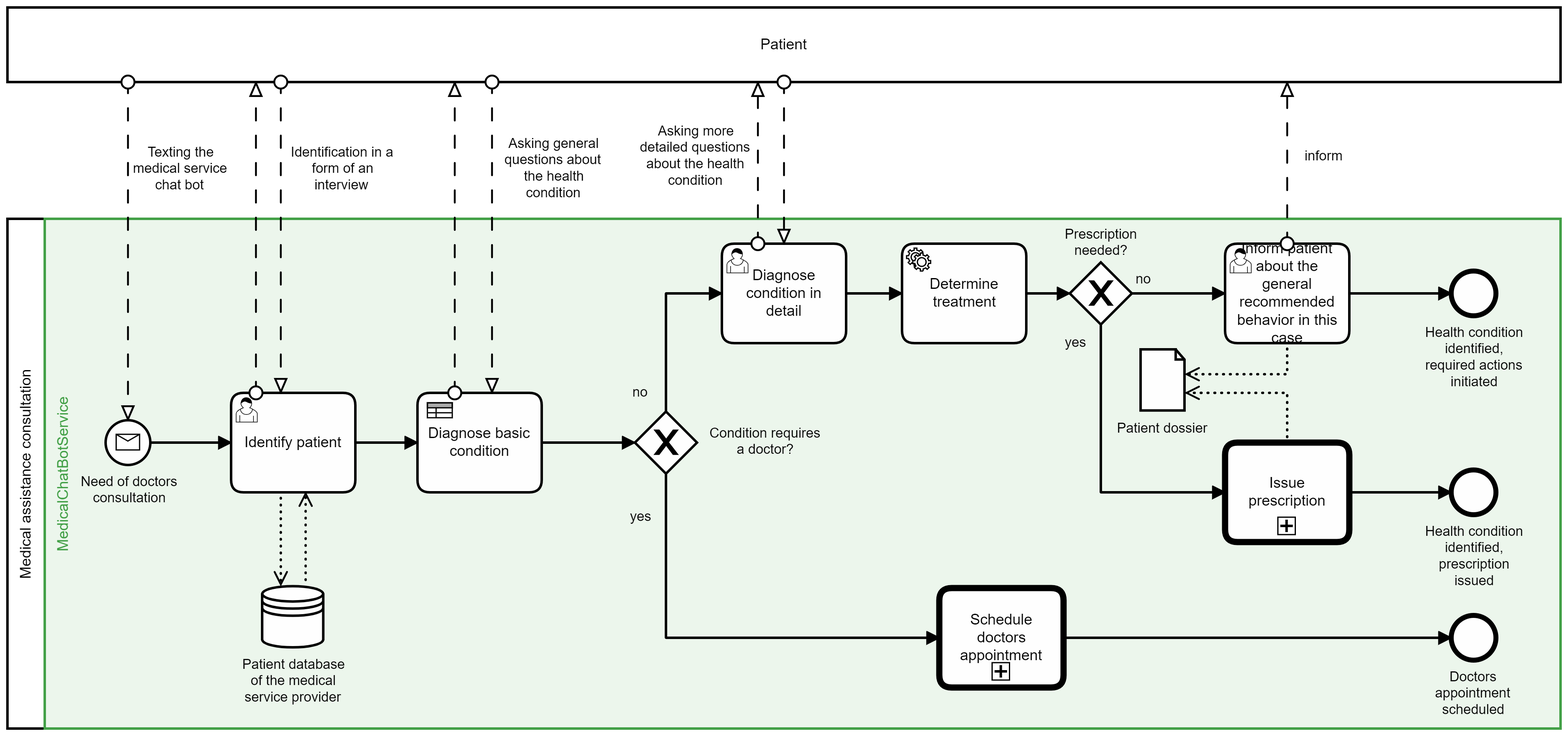
DigiBP/DigiBP_Burrata keeps this BPMN diagram as images/wiki/TO-BE_Process_first_contact.png. Above is the earlier version. Its source is kept beside it as TO-BE Process/TO-BE_Process_first_contact.bpmn. Ids are renumbered.
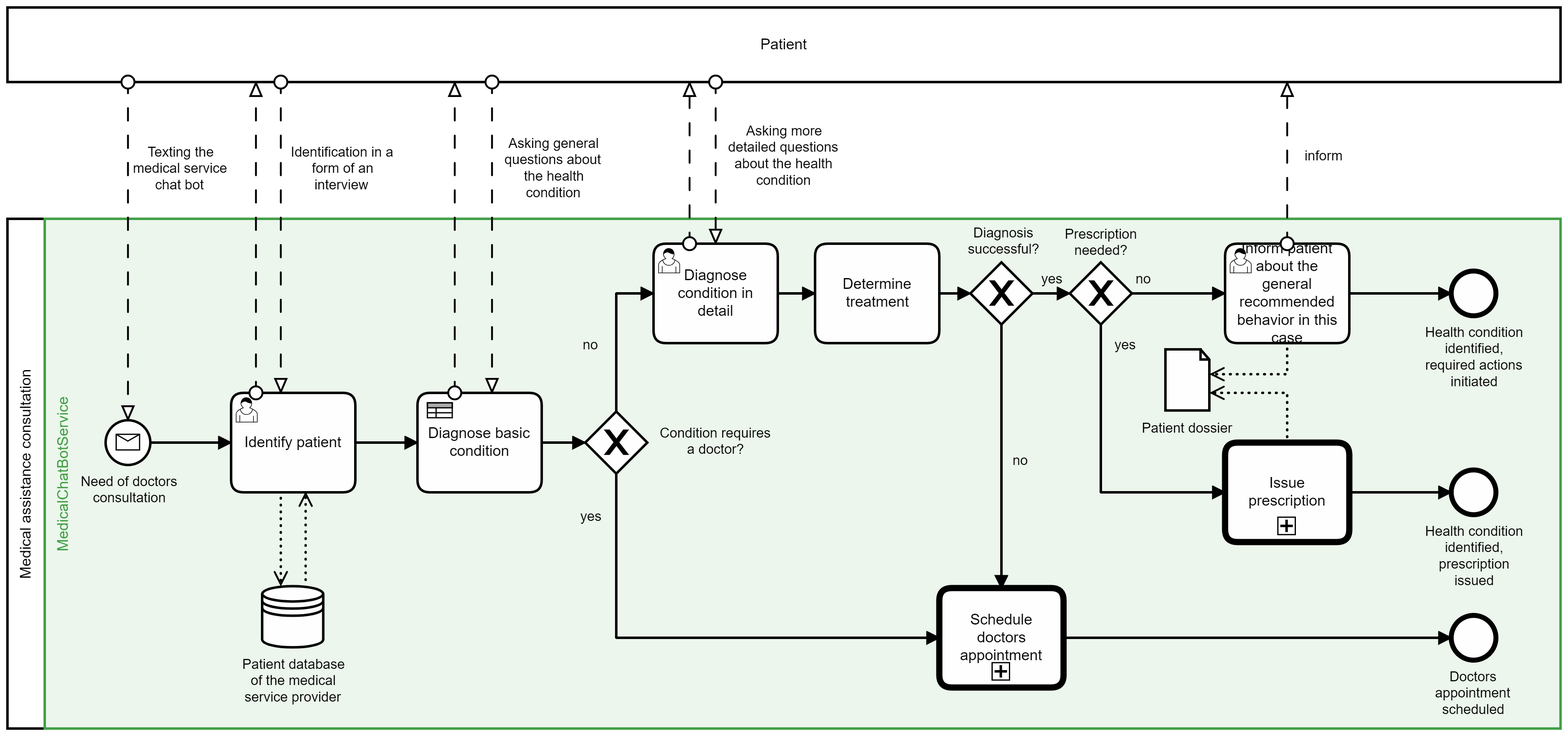
The same file after the commit.

Commit message:
Add route in camunda #21

Diff of the diagram source:
```diff
@@ -19,20 +19,22 @@
         <bpmn:flowNodeRef>EndEvent_n23</bpmn:flowNodeRef>
         <bpmn:flowNodeRef>EndEvent_n24</bpmn:flowNodeRef>
         <bpmn:flowNodeRef>StartEvent_n7</bpmn:flowNodeRef>
-        <bpmn:flowNodeRef>ExclusiveGateway_n25</bpmn:flowNodeRef>
-        <bpmn:flowNodeRef>Task_n17</bpmn:flowNodeRef>
-        <bpmn:flowNodeRef>Task_n12</bpmn:flowNodeRef>
         <bpmn:flowNodeRef>Task_n15</bpmn:flowNodeRef>
         <bpmn:flowNodeRef>Collaboration_n26</bpmn:flowNodeRef>
         <bpmn:flowNodeRef>Task_n27</bpmn:flowNodeRef>
         <bpmn:flowNodeRef>Task_n9</bpmn:flowNodeRef>
+        <bpmn:flowNodeRef>Task_n17</bpmn:flowNodeRef>
+        <bpmn:flowNodeRef>ExclusiveGateway_n25</bpmn:flowNodeRef>
+        <bpmn:flowNodeRef>Task_n12</bpmn:flowNodeRef>
+        <bpmn:flowNodeRef>Task_n49</bpmn:flowNodeRef>
+        <bpmn:flowNodeRef>ExclusiveGateway_n50</bpmn:flowNodeRef>
       </bpmn:lane>
     </bpmn:laneSet>
     <bpmn:sequenceFlow id="SequenceFlow_n28" sourceRef="Task_n9" targetRef="ExclusiveGateway_n25" />
     <bpmn:sequenceFlow id="SequenceFlow_n29" name="no" sourceRef="ExclusiveGateway_n25" targetRef="Task_n12">
       <bpmn:conditionExpression xsi:type="bpmn:tFormalExpression">${consultation == false}</bpmn:conditionExpression>
     </bpmn:sequenceFlow>
-    <bpmn:sequenceFlow id="SequenceFlow_n30" sourceRef="Task_n12" targetRef="ExclusiveGateway_n22" />
+    <bpmn:sequenceFlow id="SequenceFlow_n30" sourceRef="Task_n12" targetRef="Task_n49" />
     <bpmn:sequenceFlow id="SequenceFlow_n31" name="yes" sourceRef="ExclusiveGateway_n22" targetRef="Task_n27">
       <bpmn:conditionExpression xsi:type="bpmn:tFormalExpression">${RecheckedCondition == "major"}</bpmn:conditionExpression>
     </bpmn:sequenceFlow>
@@ -44,7 +46,7 @@
       <bpmn:conditionExpression xsi:type="bpmn:tFormalExpression">${consultation == true}</bpmn:conditionExpression>
     </bpmn:sequenceFlow>
     <bpmn:exclusiveGateway id="ExclusiveGateway_n22" name="Prescription needed?">
-      <bpmn:incoming>SequenceFlow_n30</bpmn:incoming>
+      <bpmn:incoming>SequenceFlow_n51</bpmn:incoming>
       <bpmn:outgoing>SequenceFlow_n31</bpmn:outgoing>
       <bpmn:outgoing>SequenceFlow_n35</bpmn:outgoing>
     </bpmn:exclusiveGateway>
@@ -55,24 +57,40 @@
     <bpmn:endEvent id="EndEvent_n24" name="Health condition identified, prescription issued">
       <bpmn:incoming>SequenceFlow_n33</bpmn:incoming>
     </bpmn:endEvent>
-    <bpmn:dataObjectReference id="DataObjectReference_n37" name="Patient dossier" dataObjectRef="DataObject_n38" />
-    <bpmn:dataObject id="DataObject_n38" />
     <bpmn:startEvent id="StartEvent_n7" name="Need of doctors consultation">
       <bpmn:outgoing>SequenceFlow_n39</bpmn:outgoing>
       <bpmn:messageEventDefinition id="MessageEventDefinition_n40" messageRef="Message_n41" />
     </bpmn:startEvent>
     <bpmn:dataStoreReference id="DataStoreReference_n42" name="Patient database of the medical service provider" />
-    <bpmn:exclusiveGateway id="ExclusiveGateway_n25" name="Condition requires a doctor?">
-      <bpmn:incoming>SequenceFlow_n28</bpmn:incoming>
-      <bpmn:outgoing>SequenceFlow_n29</bpmn:outgoing>
-      <bpmn:outgoing>SequenceFlow_n34</bpmn:outgoing>
-    </bpmn:exclusiveGateway>
     <bpmn:sequenceFlow id="SequenceFlow_n32" sourceRef="Task_n15" targetRef="EndEvent_n21" />
     <bpmn:sequenceFlow id="SequenceFlow_n35" name="no" sourceRef="ExclusiveGateway_n22" targetRef="Task_n15">
       <bpmn:conditionExpression xsi:type="bpmn:tFormalExpression">${RecheckedCondition == "minor"}</bpmn:conditionExpression>
     </bpmn:sequenceFlow>
     <bpmn:sequenceFlow id="SequenceFlow_n43" sourceRef="Task_n17" targetRef="Task_n9" />
     <bpmn:sequenceFlow id="SequenceFlow_n39" sourceRef="StartEvent_n7" targetRef="Task_n17" />
+    <bpmn:userTask id="Task_n15" name="Inform patient about the general recommended behavior in this case">
+      <bpmn:incoming>SequenceFlow_n35</bpmn:incoming>
+      <bpmn:outgoing>SequenceFlow_n32</bpmn:outgoing>
+      <bpmn:dataOutputAssociation id="DataOutputAssociation_n47">
+        <bpmn:targetRef>DataObjectReference_n37</bpmn:targetRef>
+      </bpmn:dataOutputAssociation>
+    </bpmn:userTask>
+    <bpmn:callActivity id="Collaboration_n26" name="Schedule doctors appointment" calledElement="Process_10qbc26">
+      <bpmn:incoming>SequenceFlow_n34</bpmn:incoming>
+      <bpmn:incoming>SequenceFlow_n52</bpmn:incoming>
+      <bpmn:outgoing>SequenceFlow_n36</bpmn:outgoing>
+    </bpmn:callActivity>
+    <bpmn:callActivity id="Task_n27" name="Issue prescription" calledElement="Process_19p6wbr">
+      <bpmn:incoming>SequenceFlow_n31</bpmn:incoming>
+      <bpmn:outgoing>SequenceFlow_n33</bpmn:outgoing>
+      <bpmn:dataOutputAssociation id="DataOutputAssociation_n48">
+        <bpmn:targetRef>DataObjectReference_n37</bpmn:targetRef>
+      </bpmn:dataOutputAssociation>
+    </bpmn:callActivity>
+    <bpmn:businessRuleTask id="Task_n9" name="Diagnose basic condition" camunda:resultVariable="consultation" camunda:decisionRef="Decision_0v2zxuz" camunda:mapDecisionResult="singleEntry">
+      <bpmn:incoming>SequenceFlow_n43</bpmn:incoming>
+      <bpmn:outgoing>SequenceFlow_n28</bpmn:outgoing>
+    </bpmn:businessRuleTask>
     <bpmn:userTask id="Task_n17" name="Identify patient">
       <bpmn:extensionElements>
         <camunda:formData>
@@ -87,15 +105,20 @@
       </bpmn:extensionElements>
       <bpmn:incoming>SequenceFlow_n39</bpmn:incoming>
       <bpmn:outgoing>SequenceFlow_n43</bpmn:outgoing>
-      <bpmn:property id="Property_n44" name="__targetRef_placeholder" />
+      <bpmn:property id="Property_n53" name="__targetRef_placeholder" />
       <bpmn:dataInputAssociation id="DataInputAssociation_n45">
         <bpmn:sourceRef>DataStoreReference_n42</bpmn:sourceRef>
-        <bpmn:targetRef>Property_n44</bpmn:targetRef>
+        <bpmn:targetRef>Property_n53</bpmn:targetRef>
       </bpmn:dataInputAssociation>
       <bpmn:dataOutputAssociation id="DataOutputAssociation_n46">
         <bpmn:targetRef>DataStoreReference_n42</bpmn:targetRef>
       </bpmn:dataOutputAssociation>
     </bpmn:userTask>
+    <bpmn:exclusiveGateway id="ExclusiveGateway_n25" name="Condition requires a doctor?">
+      <bpmn:incoming>SequenceFlow_n28</bpmn:incoming>
+      <bpmn:outgoing>SequenceFlow_n29</bpmn:outgoing>
+      <bpmn:outgoing>SequenceFlow_n34</bpmn:outgoing>
+    </bpmn:exclusiveGateway>
     <bpmn:userTask id="Task_n12" name="Diagnose condition in detail">
       <bpmn:extensionElements>
         <camunda:formData>
@@ -108,28 +131,24 @@
       <bpmn:incoming>SequenceFlow_n29</bpmn:incoming>
       <bpmn:outgoing>SequenceFlow_n30</bpmn:outgoing>
     </bpmn:userTask>
-    <bpmn:userTask id="Task_n15" name="Inform patient about the general recommended behavior in this case">
-      <bpmn:incoming>SequenceFlow_n35</bpmn:incoming>
-      <bpmn:outgoing>SequenceFlow_n32</bpmn:outgoing>
-      <bpmn:dataOutputAssociation id="DataOutputAssociation_n47">
-        <bpmn:targetRef>DataObjectReference_n37</bpmn:targetRef>
-      </bpmn:dataOutputAssociation>
-    </bpmn:userTask>
-    <bpmn:callActivity id="Collaboration_n26" name="Schedule doctors appointment" calledElement="Process_10qbc26">
-      <bpmn:incoming>SequenceFlow_n34</bpmn:incoming>
-      <bpmn:outgoing>SequenceFlow_n36</bpmn:outgoing>
-    </bpmn:callActivity>
-    <bpmn:callActivity id="Task_n27" name="Issue prescription" calledElement="Process_19p6wbr">
-      <bpmn:incoming>SequenceFlow_n31</bpmn:incoming>
-      <bpmn:outgoing>SequenceFlow_n33</bpmn:outgoing>
-      <bpmn:dataOutputAssociation id="DataOutputAssociation_n48">
-        <bpmn:targetRef>DataObjectReference_n37</bpmn:targetRef>
-      </bpmn:dataOutputAssociation>
-    </bpmn:callActivity>
-    <bpmn:businessRuleTask id="Task_n9" name="Diagnose basic condition" camunda:resultVariable="consultation" camunda:decisionRef="Decision_0v2zxuz" camunda:mapDecisionResult="singleEntry">
-      <bpmn:incoming>SequenceFlow_n43</bpmn:incoming>
-      <bpmn:outgoing>SequenceFlow_n28</bpmn:outgoing>
-    </bpmn:businessRuleTask>
+    <bpmn:task id="Task_n49" name="Determine treatment">
+      <bpmn:incoming>SequenceFlow_n30</bpmn:incoming>
+      <bpmn:outgoing>SequenceFlow_n54</bpmn:outgoing>
+    </bpmn:task>
+    <bpmn:exclusiveGateway id="ExclusiveGateway_n50" name="Diagnosis successful?">
+      <bpmn:incoming>SequenceFlow_n54</bpmn:incoming>
+      <bpmn:outgoing>SequenceFlow_n52</bpmn:outgoing>
+      <bpmn:outgoing>SequenceFlow_n51</bpmn:outgoing>
+    </bpmn:exclusiveGateway>
+    <bpmn:sequenceFlow id="SequenceFlow_n52" name="no" sourceRef="ExclusiveGateway_n50" targetRef="Collaboration_n26">
+      <bpmn:conditionExpression xsi:type="bpmn:tFormalExpression">${treatment == NULL}</bpmn:conditionExpression>
+    </bpmn:sequenceFlow>
+    <bpmn:sequenceFlow id="SequenceFlow_n51" name="yes" sourceRef="ExclusiveGateway_n50" targetRef="ExclusiveGateway_n22">
+      <bpmn:conditionExpression xsi:type="bpmn:tFormalExpression">${treatment != NULL}</bpmn:conditionExpression>
+    </bpmn:sequenceFlow>
+    <bpmn:sequenceFlow id="SequenceFlow_n54" sourceRef="Task_n49" targetRef="ExclusiveGateway_n50" />
+    <bpmn:dataObjectReference id="DataObjectReference_n37" name="Patient dossier" dataObjectRef="DataObject_n38" />
+    <bpmn:dataObject id="DataObject_n38" />
   </bpmn:process>
   <bpmn:message id="Message_n41" name="Message_1v42lv0" />
   <bpmndi:BPMNDiagram id="BPMNDiagram_1">
@@ -174,33 +193,33 @@
         </bpmndi:BPMNLabel>
       </bpmndi:BPMNShape>
       <bpmndi:BPMNShape id="ExclusiveGateway_n25_di" bpmnElement="ExclusiveGateway_n25" isMarkerVisible="true">
-        <dc:Bounds x="665" y="405" width="50" height="50" />
+        <dc:Bounds x="625" y="405" width="50" height="50" />
         <bpmndi:BPMNLabel>
-          <dc:Bounds x="725" y="416" width="90" height="27" />
+          <dc:Bounds x="685" y="416" width="90" height="27" />
         </bpmndi:BPMNLabel>
       </bpmndi:BPMNShape>
       <bpmndi:BPMNEdge id="SequenceFlow_n28_di" bpmnElement="SequenceFlow_n28">
         <di:waypoint x="590" y="430" />
-        <di:waypoint x="665" y="430" />
+        <di:waypoint x="625" y="430" />
       </bpmndi:BPMNEdge>
       <bpmndi:BPMNEdge id="SequenceFlow_n29_di" bpmnElement="SequenceFlow_n29">
-        <di:waypoint x="690" y="405" />
-        <di:waypoint x="690" y="310" />
-        <di:waypoint x="811" y="310" />
+        <di:waypoint x="650" y="405" />
+        <di:waypoint x="650" y="310" />
+        <di:waypoint x="680" y="310" />
         <bpmndi:BPMNLabel>
-          <dc:Bounds x="663" y="383" width="13" height="14" />
+          <dc:Bounds x="623" y="345" width="13" height="14" />
         </bpmndi:BPMNLabel>
       </bpmndi:BPMNEdge>
       <bpmndi:BPMNEdge id="MessageFlow_n11_di" bpmnElement="MessageFlow_n11">
-        <di:waypoint x="840" y="270" />
-        <di:waypoint x="840" y="140" />
+        <di:waypoint x="709" y="270" />
+        <di:waypoint x="709" y="140" />
         <bpmndi:BPMNLabel>
-          <dc:Bounds x="745" y="173" width="90" height="53" />
+          <dc:Bounds x="740" y="173" width="90" height="53" />
         </bpmndi:BPMNLabel>
       </bpmndi:BPMNEdge>
       <bpmndi:BPMNEdge id="MessageFlow_n13_di" bpmnElement="MessageFlow_n13">
-        <di:waypoint x="861" y="140" />
-        <di:waypoint x="861" y="270" />
+        <di:waypoint x="730" y="140" />
+        <di:waypoint x="730" y="270" />
       </bpmndi:BPMNEdge>
       <bpmndi:BPMNShape id="ExclusiveGateway_n22_di" bpmnElement="ExclusiveGateway_n22" isMarkerVisible="true">
         <dc:Bounds x="1015" y="285" width="50" height="50" />
@@ -209,15 +228,15 @@
         </bpmndi:BPMNLabel>
       </bpmndi:BPMNShape>
       <bpmndi:BPMNEdge id="SequenceFlow_n30_di" bpmnElement="SequenceFlow_n30">
-        <di:waypoint x="911" y="310" />
-        <di:waypoint x="1015" y="310" />
+        <di:waypoint x="780" y="310" />
+        <di:waypoint x="810" y="310" />
       </bpmndi:BPMNEdge>
       <bpmndi:BPMNEdge id="SequenceFlow_n31_di" bpmnElement="SequenceFlow_n31">
         <di:waypoint x="1040" y="335" />
         <di:waypoint x="1040" y="470" />
         <di:waypoint x="1140" y="470" />
         <bpmndi:BPMNLabel>
-          <dc:Bounds x="1011" y="343" width="17" height="14" />
+          <dc:Bounds x="1051" y="345" width="17" height="14" />
         </bpmndi:BPMNLabel>
       </bpmndi:BPMNEdge>
       <bpmndi:BPMNShape id="EndEvent_n21_di" bpmnElement="EndEvent_n21">
@@ -237,11 +256,11 @@
         <di:waypoint x="1322" y="470" />
       </bpmndi:BPMNEdge>
       <bpmndi:BPMNEdge id="SequenceFlow_n34_di" bpmnElement="SequenceFlow_n34">
-        <di:waypoint x="690" y="455" />
-        <di:waypoint x="690" y="587" />
+        <di:waypoint x="650" y="455" />
+        <di:waypoint x="650" y="587" />
         <di:waypoint x="910" y="587" />
         <bpmndi:BPMNLabel>
-          <dc:Bounds x="661" y="483" width="17" height="14" />
+          <dc:Bounds x="621" y="483" width="17" height="14" />
         </bpmndi:BPMNLabel>
       </bpmndi:BPMNEdge>
       <bpmndi:BPMNShape id="EndEvent_n23_di" bpmnElement="EndEvent_n23">
@@ -255,20 +274,20 @@
         <di:waypoint x="1322" y="587" />
       </bpmndi:BPMNEdge>
       <bpmndi:BPMNShape id="DataObjectReference_n37_di" bpmnElement="DataObjectReference_n37">
-        <dc:Bounds x="1072" y="355" width="36" height="50" />
+        <dc:Bounds x="1092" y="355" width="36" height="50" />
         <bpmndi:BPMNLabel>
-          <dc:Bounds x="1053" y="412" width="75" height="14" />
+          <dc:Bounds x="1073" y="412" width="75" height="14" />
         </bpmndi:BPMNLabel>
       </bpmndi:BPMNShape>
       <bpmndi:BPMNEdge id="DataOutputAssociation_n48_di" bpmnElement="DataOutputAssociation_n48">
         <di:waypoint x="1190" y="430" />
         <di:waypoint x="1190" y="390" />
-        <di:waypoint x="1108" y="390" />
+        <di:waypoint x="1128" y="390" />
       </bpmndi:BPMNEdge>
       <bpmndi:BPMNEdge id="DataOutputAssociation_n47_di" bpmnElement="DataOutputAssociation_n47">
         <di:waypoint x="1190" y="350" />
         <di:waypoint x="1190" y="375" />
-        <di:waypoint x="1108" y="375" />
+        <di:waypoint x="1128" y="375" />
       </bpmndi:BPMNEdge>
       <bpmndi:BPMNEdge id="MessageFlow_n14_di" bpmnElement="MessageFlow_n14">
         <di:waypoint x="1190" y="270" />
@@ -315,11 +334,8 @@
         <di:waypoint x="400" y="545" />
         <di:waypoint x="400" y="470" />
       </bpmndi:BPMNEdge>
-      <bpmndi:BPMNShape id="UserTask_12wnrhj_di" bpmnElement="Task_n17">
-        <dc:Bounds x="340" y="390" width="100" height="80" />
-      </bpmndi:BPMNShape>
       <bpmndi:BPMNShape id="UserTask_11b6sye_di" bpmnElement="Task_n12">
-        <dc:Bounds x="811" y="270" width="100" height="80" />
+        <dc:Bounds x="680" y="270" width="100" height="80" />
       </bpmndi:BPMNShape>
       <bpmndi:BPMNShape id="UserTask_043cumf_di" bpmnElement="Task_n15">
         <dc:Bounds x="1140" y="270" width="100" height="80" />
@@ -333,6 +349,36 @@
       <bpmndi:BPMNShape id="BusinessRuleTask_106rgch_di" bpmnElement="Task_n9">
         <dc:Bounds x="490" y="390" width="100" height="80" />
       </bpmndi:BPMNShape>
+      <bpmndi:BPMNShape id="UserTask_12wnrhj_di" bpmnElement="Task_n17">
+        <dc:Bounds x="340" y="390" width="100" height="80" />
+      </bpmndi:BPMNShape>
+      <bpmndi:BPMNShape id="Task_n49_di" bpmnElement="Task_n49">
+        <dc:Bounds x="810" y="270" width="100" height="80" />
+      </bpmndi:BPMNShape>
+      <bpmndi:BPMNShape id="ExclusiveGateway_n50_di" bpmnElement="ExclusiveGateway_n50" isMarkerVisible="true">
+        <dc:Bounds x="935" y="285" width="50" height="50" />
+        <bpmndi:BPMNLabel>
+          <dc:Bounds x="933" y="255" width="58" height="27" />
+        </bpmndi:BPMNLabel>
+      </bpmndi:BPMNShape>
+      <bpmndi:BPMNEdge id="SequenceFlow_n52_di" bpmnElement="SequenceFlow_n52">
+        <di:waypoint x="960" y="335" />
+        <di:waypoint x="960" y="547" />
+        <bpmndi:BPMNLabel>
+          <dc:Bounds x="969" y="438" width="13" height="14" />
+        </bpmndi:BPMNLabel>
+      </bpmndi:BPMNEdge>
+      <bpmndi:BPMNEdge id="SequenceFlow_n51_di" bpmnElement="SequenceFlow_n51">
+        <di:waypoint x="985" y="310" />
+        <di:waypoint x="1015" y="310" />
+        <bpmndi:BPMNLabel>
+          <dc:Bounds x="992" y="292" width="17" height="14" />
+        </bpmndi:BPMNLabel>
+      </bpmndi:BPMNEdge>
+      <bpmndi:BPMNEdge id="SequenceFlow_n54_di" bpmnElement="SequenceFlow_n54">
+        <di:waypoint x="910" y="310" />
+        <di:waypoint x="935" y="310" />
+      </bpmndi:BPMNEdge>
     </bpmndi:BPMNPlane>
   </bpmndi:BPMNDiagram>
 </bpmn:definitions>
```
